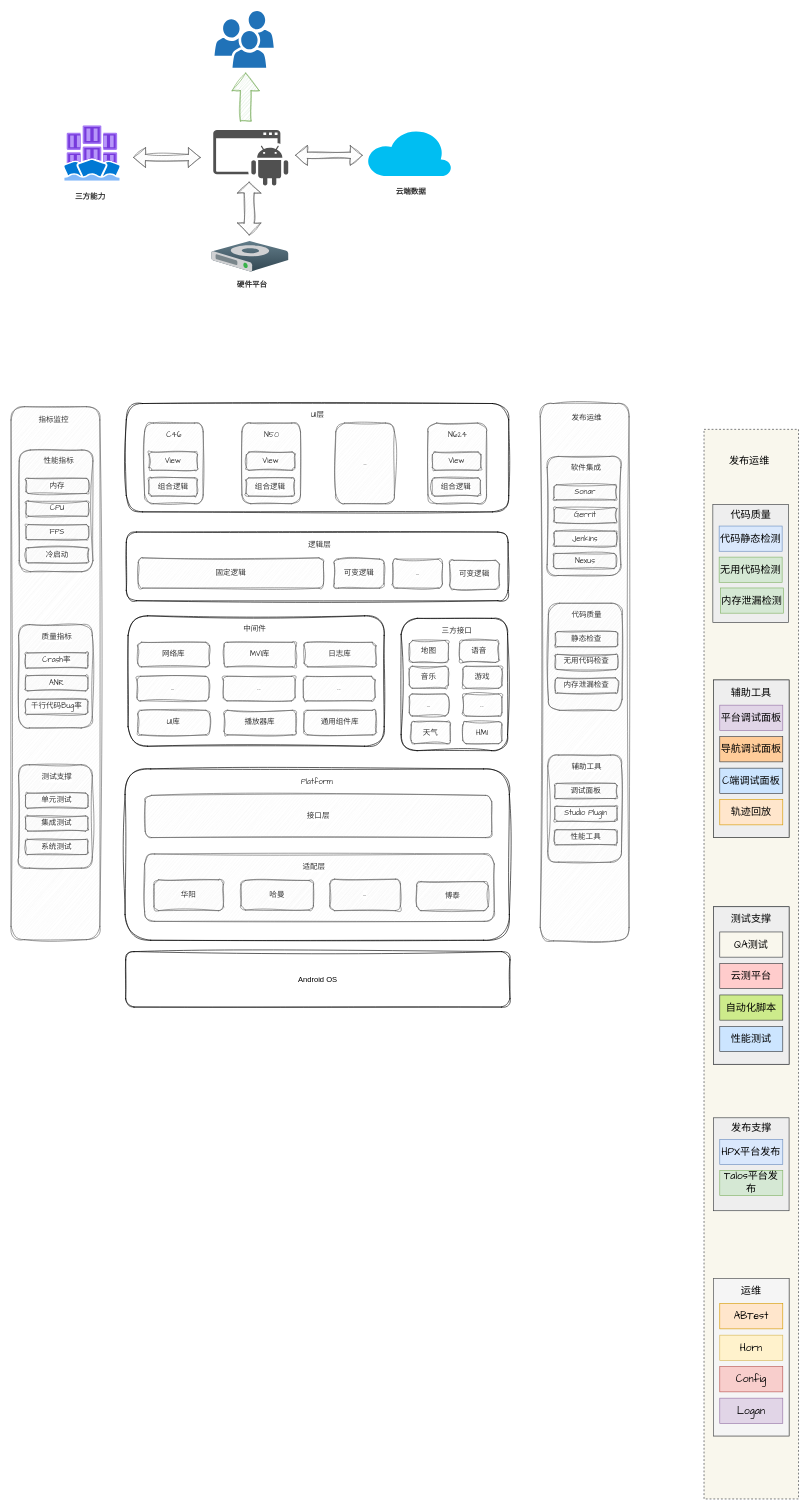
Earlier version of the draw.io diagram PPT.drawio (TryLoveCatch/charts). Source tidied: cells renumbered, new cells numbered last; positions are measured from the earlier drawing's top-left corner, leaving out a move shared by most shapes. Both pictures are drawn from the tidied source at 63%, with x=0, y=0 at pixel (11, 11).
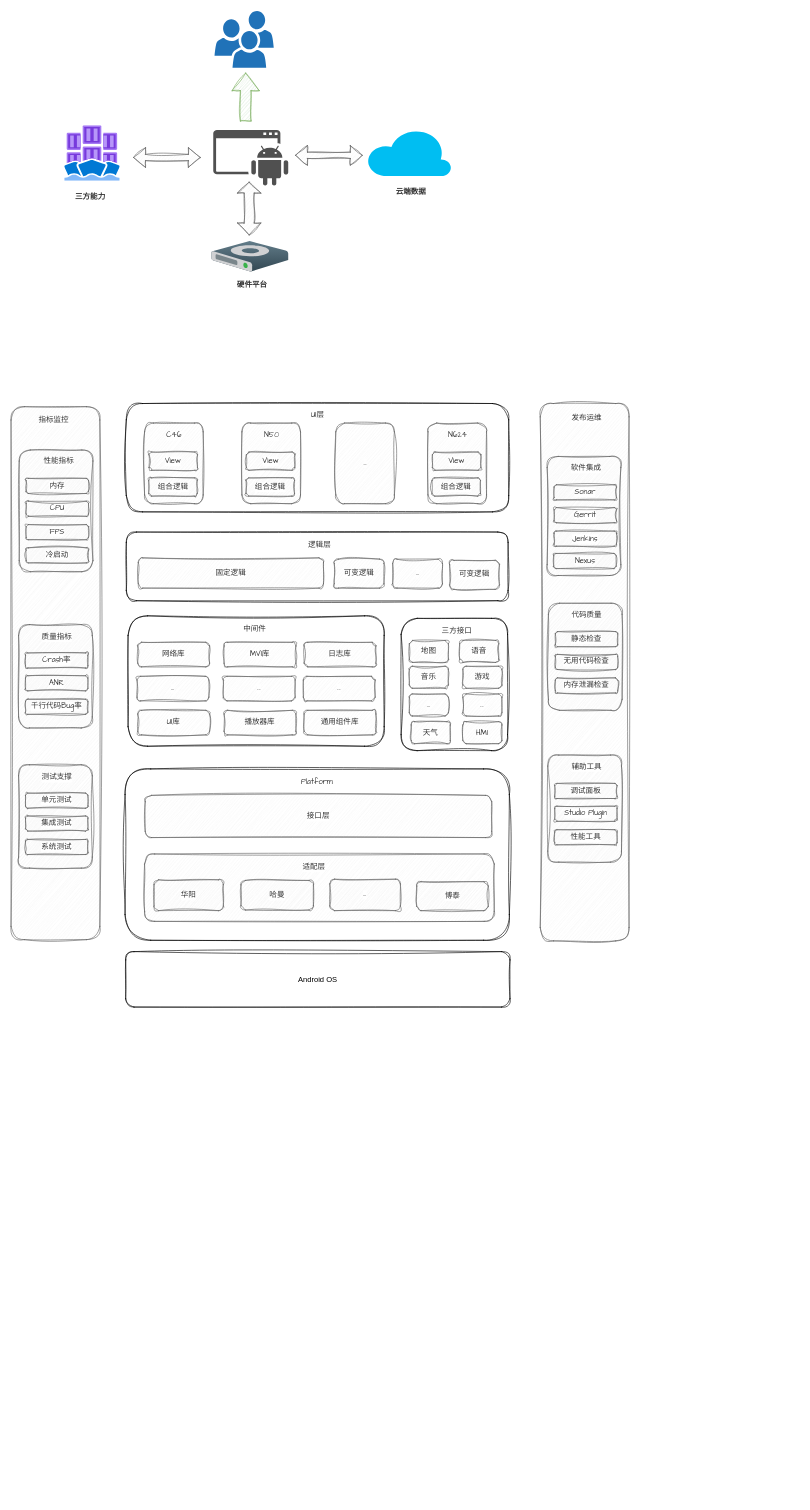
The same page after the edit.

The edit, as a diff of the source:
```diff
@@
-    <mxCell id="68" style="rounded=0;whiteSpace=wrap;html=1;dashed=1;fillColor=#f9f7ed;strokeColor=#36393d;fontSize=16;fontFamily=Comic Sans MS;" parent="1" vertex="1">
-      <mxGeometry x="1100" y="664" width="150" height="1697.8" as="geometry" />
-    </mxCell>
-    <mxCell id="69" style="group;fontSize=16;fontFamily=Comic Sans MS;fillColor=#f9f7ed;strokeColor=#36393d;" parent="1" vertex="1">
-      <mxGeometry x="1115" y="1421.8" width="120" height="250" as="geometry" />
-    </mxCell>
-    <mxCell id="70" style="rounded=0;whiteSpace=wrap;html=1;fontSize=16;fontFamily=Comic Sans MS;fillColor=#eeeeee;strokeColor=#36393d;" parent="69" vertex="1">
-      <mxGeometry width="120" height="250" as="geometry" />
-    </mxCell>
-    <mxCell id="71" value="测试支撑" style="text;html=1;strokeColor=none;fillColor=none;align=center;verticalAlign=middle;whiteSpace=wrap;rounded=0;fontSize=16;fontFamily=Comic Sans MS;" parent="69" vertex="1">
-      <mxGeometry x="25" y="10" width="70" height="20" as="geometry" />
-    </mxCell>
-    <mxCell id="72" value="QA测试" style="rounded=0;whiteSpace=wrap;html=1;fontSize=16;fontFamily=Comic Sans MS;fillColor=#f9f7ed;strokeColor=#36393d;" parent="69" vertex="1">
-      <mxGeometry x="10" y="40" width="100" height="40" as="geometry" />
-    </mxCell>
-    <mxCell id="73" value="云测平台" style="rounded=0;whiteSpace=wrap;html=1;fontSize=16;fontFamily=Comic Sans MS;fillColor=#ffcccc;strokeColor=#36393d;" parent="69" vertex="1">
-      <mxGeometry x="10" y="90" width="100" height="40" as="geometry" />
-    </mxCell>
-    <mxCell id="74" value="自动化脚本" style="rounded=0;whiteSpace=wrap;html=1;fontSize=16;fontFamily=Comic Sans MS;fillColor=#cdeb8b;strokeColor=#36393d;" parent="69" vertex="1">
-      <mxGeometry x="10" y="140" width="100" height="40" as="geometry" />
-    </mxCell>
-    <mxCell id="75" value="性能测试" style="rounded=0;whiteSpace=wrap;html=1;fontSize=16;fontFamily=Comic Sans MS;fillColor=#cce5ff;strokeColor=#36393d;" parent="69" vertex="1">
-      <mxGeometry x="10" y="190" width="100" height="40" as="geometry" />
-    </mxCell>
-    <mxCell id="76" style="group;fillColor=#eeeeee;strokeColor=#36393d;fontSize=16;fontFamily=Comic Sans MS;" parent="1" vertex="1">
-      <mxGeometry x="1115" y="2011.8" width="120" height="250" as="geometry" />
-    </mxCell>
-    <mxCell id="77" style="rounded=0;whiteSpace=wrap;html=1;fontSize=16;fontFamily=Comic Sans MS;fillColor=#f5f5f5;strokeColor=#666666;fontColor=#333333;" parent="76" vertex="1">
-      <mxGeometry width="120" height="250" as="geometry" />
-    </mxCell>
-    <mxCell id="78" value="运维" style="text;html=1;strokeColor=none;fillColor=none;align=center;verticalAlign=middle;whiteSpace=wrap;rounded=0;fontSize=16;fontFamily=Comic Sans MS;" parent="76" vertex="1">
-      <mxGeometry x="25" y="10" width="70" height="20" as="geometry" />
-    </mxCell>
-    <mxCell id="79" value="ABTest" style="rounded=0;whiteSpace=wrap;html=1;fontSize=16;fontFamily=Comic Sans MS;fillColor=#ffe6cc;strokeColor=#d79b00;" parent="76" vertex="1">
-      <mxGeometry x="10" y="40" width="100" height="40" as="geometry" />
-    </mxCell>
-    <mxCell id="80" value="Horn" style="rounded=0;whiteSpace=wrap;html=1;fontSize=16;fontFamily=Comic Sans MS;fillColor=#fff2cc;strokeColor=#d6b656;" parent="76" vertex="1">
-      <mxGeometry x="10" y="90" width="100" height="40" as="geometry" />
-    </mxCell>
-    <mxCell id="81" value="Config" style="rounded=0;whiteSpace=wrap;html=1;fontSize=16;fontFamily=Comic Sans MS;fillColor=#f8cecc;strokeColor=#b85450;" parent="76" vertex="1">
-      <mxGeometry x="10" y="140" width="100" height="40" as="geometry" />
-    </mxCell>
-    <mxCell id="82" value="Logan" style="rounded=0;whiteSpace=wrap;html=1;fontSize=16;fontFamily=Comic Sans MS;fillColor=#e1d5e7;strokeColor=#9673a6;" parent="76" vertex="1">
-      <mxGeometry x="10" y="190" width="100" height="40" as="geometry" />
-    </mxCell>
-    <mxCell id="83" style="rounded=0;whiteSpace=wrap;html=1;fontSize=16;fontFamily=Comic Sans MS;fillColor=#eeeeee;strokeColor=#36393d;" parent="1" vertex="1">
-      <mxGeometry x="1114" y="783.2" width="120" height="187.5" as="geometry" />
-    </mxCell>
-    <mxCell id="84" value="代码质量" style="text;html=1;strokeColor=none;fillColor=none;align=center;verticalAlign=middle;whiteSpace=wrap;rounded=0;fontSize=16;fontFamily=Comic Sans MS;" parent="1" vertex="1">
-      <mxGeometry x="1137.5" y="790.2" width="73" height="20" as="geometry" />
-    </mxCell>
-    <mxCell id="85" value="代码静态检测" style="rounded=0;whiteSpace=wrap;html=1;fontSize=16;fontFamily=Comic Sans MS;fillColor=#dae8fc;strokeColor=#6c8ebf;" parent="1" vertex="1">
-      <mxGeometry x="1124" y="817.5" width="100" height="40" as="geometry" />
-    </mxCell>
-    <mxCell id="86" value="无用代码检测" style="rounded=0;whiteSpace=wrap;html=1;fontSize=16;fontFamily=Comic Sans MS;fillColor=#d5e8d4;strokeColor=#82b366;" parent="1" vertex="1">
-      <mxGeometry x="1124" y="866.8" width="100" height="40" as="geometry" />
-    </mxCell>
-    <mxCell id="87" value="发布运维" style="text;html=1;strokeColor=none;fillColor=none;align=center;verticalAlign=middle;whiteSpace=wrap;rounded=0;dashed=1;fontSize=16;fontFamily=Comic Sans MS;" parent="1" vertex="1">
-      <mxGeometry x="1137" y="704" width="70" height="20" as="geometry" />
-    </mxCell>
-    <mxCell id="88" style="rounded=0;whiteSpace=wrap;html=1;fontSize=16;fontFamily=Comic Sans MS;fillColor=#eeeeee;strokeColor=#36393d;" parent="1" vertex="1">
-      <mxGeometry x="1115" y="1756.8" width="120" height="147.5" as="geometry" />
-    </mxCell>
-    <mxCell id="89" value="发布支撑" style="text;html=1;strokeColor=none;fillColor=none;align=center;verticalAlign=middle;whiteSpace=wrap;rounded=0;fontSize=16;fontFamily=Comic Sans MS;" parent="1" vertex="1">
-      <mxGeometry x="1138.5" y="1763.8" width="73" height="20" as="geometry" />
-    </mxCell>
-    <mxCell id="90" value="HPX平台发布" style="rounded=0;whiteSpace=wrap;html=1;fontSize=16;fontFamily=Comic Sans MS;fillColor=#dae8fc;strokeColor=#6c8ebf;" parent="1" vertex="1">
-      <mxGeometry x="1125" y="1791" width="100" height="40" as="geometry" />
-    </mxCell>
-    <mxCell id="91" value="Talos平台发布" style="rounded=0;whiteSpace=wrap;html=1;fontSize=16;fontFamily=Comic Sans MS;fillColor=#d5e8d4;strokeColor=#82b366;" parent="1" vertex="1">
-      <mxGeometry x="1125" y="1840.2" width="100" height="40" as="geometry" />
-    </mxCell>
-    <mxCell id="92" value="内存泄漏检测" style="rounded=0;whiteSpace=wrap;html=1;fontSize=16;fontFamily=Comic Sans MS;fillColor=#d5e8d4;strokeColor=#82b366;" parent="1" vertex="1">
-      <mxGeometry x="1126" y="915.8" width="100" height="40" as="geometry" />
-    </mxCell>
-    <mxCell id="93" style="group;fontSize=16;fontFamily=Comic Sans MS;fillColor=#ffff88;strokeColor=#36393d;" parent="1" vertex="1">
-      <mxGeometry x="1115" y="1061.8" width="120" height="250" as="geometry" />
-    </mxCell>
-    <mxCell id="94" style="rounded=0;whiteSpace=wrap;html=1;fontSize=16;fontFamily=Comic Sans MS;fillColor=#eeeeee;strokeColor=#36393d;" parent="93" vertex="1">
-      <mxGeometry width="120" height="250" as="geometry" />
-    </mxCell>
-    <mxCell id="95" value="辅助工具" style="text;html=1;strokeColor=none;fillColor=none;align=center;verticalAlign=middle;whiteSpace=wrap;rounded=0;fontSize=16;fontFamily=Comic Sans MS;" parent="93" vertex="1">
-      <mxGeometry x="25" y="10" width="70" height="20" as="geometry" />
-    </mxCell>
-    <mxCell id="96" value="平台调试面板" style="rounded=0;whiteSpace=wrap;html=1;fontSize=16;fontFamily=Comic Sans MS;fillColor=#e1d5e7;strokeColor=#9673a6;" parent="93" vertex="1">
-      <mxGeometry x="10" y="40" width="100" height="40" as="geometry" />
-    </mxCell>
-    <mxCell id="97" value="导航调试面板" style="rounded=0;whiteSpace=wrap;html=1;fontSize=16;fontFamily=Comic Sans MS;fillColor=#ffcc99;strokeColor=#36393d;" parent="93" vertex="1">
-      <mxGeometry x="10" y="90" width="100" height="40" as="geometry" />
-    </mxCell>
-    <mxCell id="98" value="C端调试面板" style="rounded=0;whiteSpace=wrap;html=1;fontSize=16;fontFamily=Comic Sans MS;fillColor=#cce5ff;strokeColor=#36393d;" parent="93" vertex="1">
-      <mxGeometry x="10" y="140" width="100" height="40" as="geometry" />
-    </mxCell>
-    <mxCell id="99" value="轨迹回放" style="rounded=0;whiteSpace=wrap;html=1;fontSize=16;fontFamily=Comic Sans MS;fillColor=#ffe6cc;strokeColor=#d79b00;" parent="93" vertex="1">
-      <mxGeometry x="10" y="190" width="100" height="40" as="geometry" />
-    </mxCell>
```
